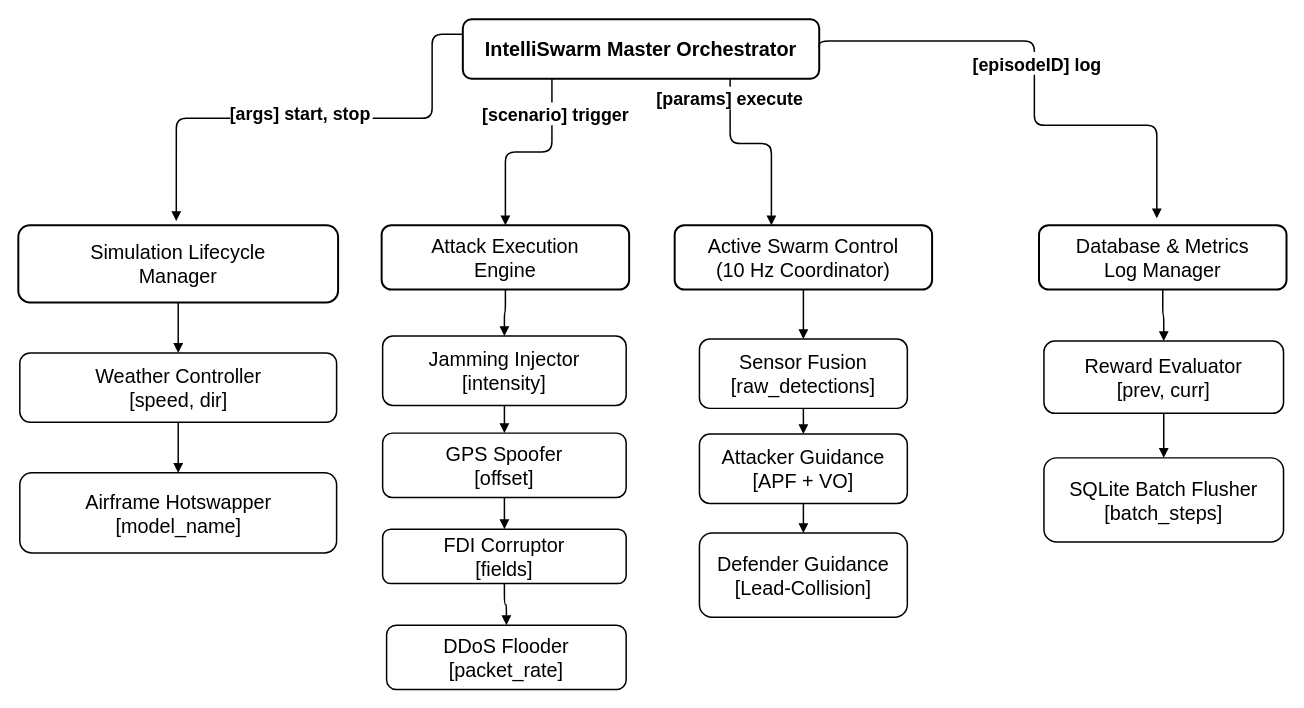
syedmohammad611/diagrams keeps this draw.io diagram as 08_structure_chart.drawio. Above is the earlier version. Source tidied: cells renumbered, new cells numbered last; positions are measured from the earlier drawing's top-left corner, leaving out a move shared by most shapes. Both pictures are drawn from the tidied source at 99%, with x=0, y=0 at pixel (18, 19).
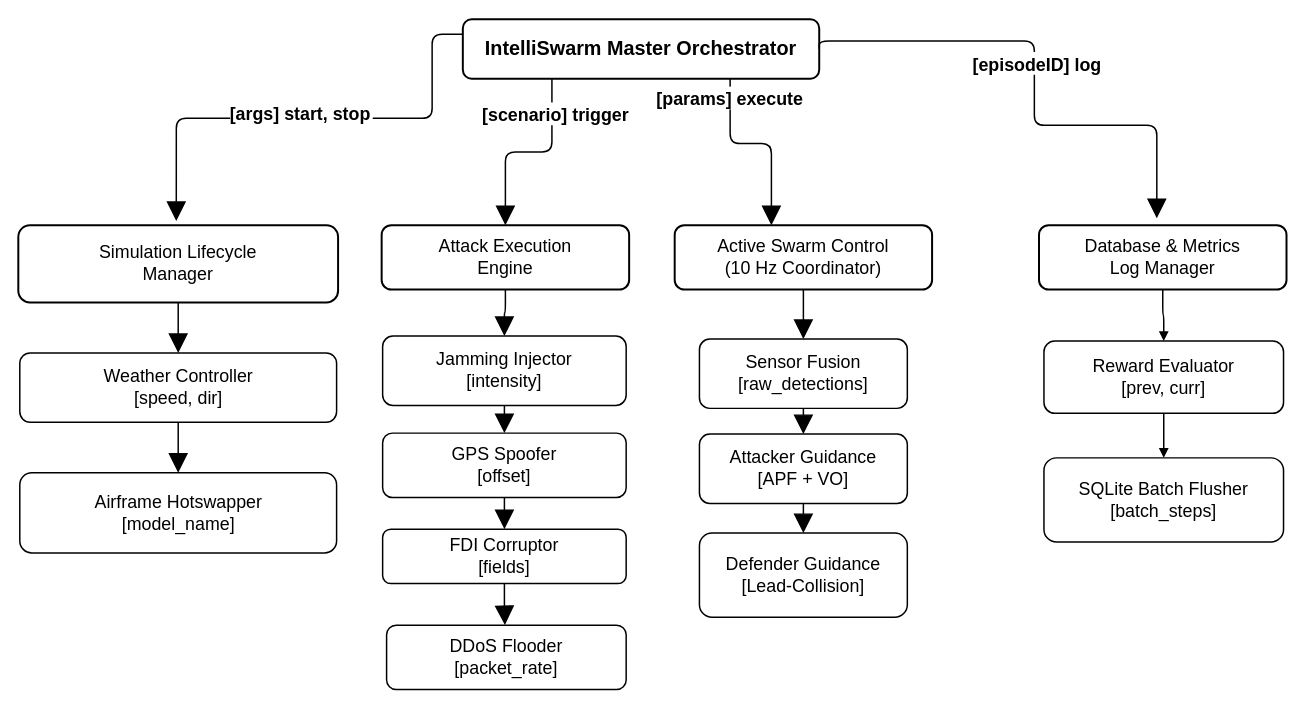
Above is the later version.

What changed in the source:
```diff
@@
-    <mxCell id="2" value="&lt;b&gt;&lt;font style=&quot;font-size: 20px;&quot;&gt;IntelliSwarm Master Orchestrator&lt;/font&gt;&lt;/b&gt;" style="rounded=1;whiteSpace=wrap;html=1;fillColor=none;strokeColor=#000000;strokeWidth=2;fontSize=15;fontFamily=Helvetica;fontColor=#000000;fontStyle=1;" parent="1" vertex="1">
+    <mxCell id="2" value="&lt;b&gt;&lt;font style=&quot;font-size: 20px;&quot;&gt;IntelliSwarm Master Orchestrator&lt;/font&gt;&lt;/b&gt;" style="rounded=1;whiteSpace=wrap;html=1;fillColor=none;strokeColor=#000000;strokeWidth=2;fontSize=18;fontFamily=Helvetica;fontColor=#000000;fontStyle=1;" parent="1" vertex="1">
       <mxGeometry x="449" width="360" height="60" as="geometry" />
     </mxCell>
-    <mxCell id="3" value="&lt;font style=&quot;font-size: 20px; font-weight: normal;&quot;&gt;Simulation Lifecycle&lt;br&gt;Manager&lt;/font&gt;" style="rounded=1;whiteSpace=wrap;html=1;fillColor=none;strokeColor=#000000;strokeWidth=2;fontSize=15;fontFamily=Helvetica;fontColor=#000000;fontStyle=1;" parent="1" vertex="1">
+    <mxCell id="3" value="&lt;font style=&quot;font-weight: normal;&quot;&gt;Simulation Lifecycle&lt;br&gt;Manager&lt;/font&gt;" style="rounded=1;whiteSpace=wrap;html=1;fillColor=none;strokeColor=#000000;strokeWidth=2;fontSize=18;fontFamily=Helvetica;fontColor=#000000;fontStyle=1;" parent="1" vertex="1">
       <mxGeometry y="208" width="323" height="78" as="geometry" />
     </mxCell>
-    <mxCell id="4" value="&lt;font style=&quot;font-size: 20px; font-weight: normal;&quot;&gt;Attack Execution&lt;br&gt;Engine&lt;/font&gt;" style="rounded=1;whiteSpace=wrap;html=1;fillColor=none;strokeColor=#000000;strokeWidth=2;fontSize=15;fontFamily=Helvetica;fontColor=#000000;fontStyle=1;" parent="1" vertex="1">
+    <mxCell id="4" value="&lt;font style=&quot;font-weight: normal;&quot;&gt;Attack Execution&lt;br&gt;Engine&lt;/font&gt;" style="rounded=1;whiteSpace=wrap;html=1;fillColor=none;strokeColor=#000000;strokeWidth=2;fontSize=18;fontFamily=Helvetica;fontColor=#000000;fontStyle=1;" parent="1" vertex="1">
       <mxGeometry x="367" y="208" width="250" height="65" as="geometry" />
     </mxCell>
-    <mxCell id="5" value="&lt;font style=&quot;font-size: 20px; font-weight: normal;&quot;&gt;Active Swarm Control&lt;br&gt;(10 Hz Coordinator)&lt;/font&gt;" style="rounded=1;whiteSpace=wrap;html=1;fillColor=none;strokeColor=#000000;strokeWidth=2;fontSize=15;fontFamily=Helvetica;fontColor=#000000;fontStyle=1;" parent="1" vertex="1">
+    <mxCell id="5" value="&lt;font style=&quot;font-weight: normal;&quot;&gt;Active Swarm Control&lt;br&gt;(10 Hz Coordinator)&lt;/font&gt;" style="rounded=1;whiteSpace=wrap;html=1;fillColor=none;strokeColor=#000000;strokeWidth=2;fontSize=18;fontFamily=Helvetica;fontColor=#000000;fontStyle=1;" parent="1" vertex="1">
       <mxGeometry x="663" y="208" width="260" height="65" as="geometry" />
     </mxCell>
-    <mxCell id="6" value="&lt;span style=&quot;font-weight: normal;&quot;&gt;&lt;font style=&quot;font-size: 20px;&quot;&gt;Database &amp;amp; Metrics&lt;br&gt;Log Manager&lt;/font&gt;&lt;/span&gt;" style="rounded=1;whiteSpace=wrap;html=1;fillColor=none;strokeColor=#000000;strokeWidth=2;fontSize=15;fontFamily=Helvetica;fontColor=#000000;fontStyle=1;" parent="1" vertex="1">
+    <mxCell id="6" value="&lt;span style=&quot;font-weight: normal;&quot;&gt;&lt;font&gt;Database &amp;amp; Metrics&lt;br&gt;Log Manager&lt;/font&gt;&lt;/span&gt;" style="rounded=1;whiteSpace=wrap;html=1;fillColor=none;strokeColor=#000000;strokeWidth=2;fontSize=18;fontFamily=Helvetica;fontColor=#000000;fontStyle=1;" parent="1" vertex="1">
       <mxGeometry x="1031" y="208" width="250" height="65" as="geometry" />
     </mxCell>
-    <mxCell id="7" value="&lt;font style=&quot;font-size: 20px;&quot;&gt;Weather Controller&lt;br&gt;[speed, dir]&lt;/font&gt;" style="rounded=1;whiteSpace=wrap;html=1;fillColor=none;strokeColor=#000000;strokeWidth=1.5;fontSize=15;fontFamily=Helvetica;fontColor=#000000;" parent="1" vertex="1">
+    <mxCell id="7" value="&lt;font&gt;Weather Controller&lt;br&gt;[speed, dir]&lt;/font&gt;" style="rounded=1;whiteSpace=wrap;html=1;fillColor=none;strokeColor=#000000;strokeWidth=1.5;fontSize=18;fontFamily=Helvetica;fontColor=#000000;" parent="1" vertex="1">
       <mxGeometry x="1.5" y="337" width="320" height="70" as="geometry" />
     </mxCell>
-    <mxCell id="8" value="&lt;font style=&quot;font-size: 20px;&quot;&gt;Airframe Hotswapper&lt;br&gt;[model_name]&lt;/font&gt;" style="rounded=1;whiteSpace=wrap;html=1;fillColor=none;strokeColor=#000000;strokeWidth=1.5;fontSize=15;fontFamily=Helvetica;fontColor=#000000;" parent="1" vertex="1">
+    <mxCell id="8" value="&lt;font&gt;Airframe Hotswapper&lt;br&gt;[model_name]&lt;/font&gt;" style="rounded=1;whiteSpace=wrap;html=1;fillColor=none;strokeColor=#000000;strokeWidth=1.5;fontSize=18;fontFamily=Helvetica;fontColor=#000000;" parent="1" vertex="1">
       <mxGeometry x="1.5" y="458" width="320" height="81" as="geometry" />
     </mxCell>
-    <mxCell id="9" value="&lt;font style=&quot;font-size: 20px;&quot;&gt;Jamming Injector&lt;br&gt;[intensity]&lt;/font&gt;" style="rounded=1;whiteSpace=wrap;html=1;fillColor=none;strokeColor=#000000;strokeWidth=1.5;fontSize=15;fontFamily=Helvetica;fontColor=#000000;" parent="1" vertex="1">
+    <mxCell id="9" value="&lt;font&gt;Jamming Injector&lt;br&gt;[intensity]&lt;/font&gt;" style="rounded=1;whiteSpace=wrap;html=1;fillColor=none;strokeColor=#000000;strokeWidth=1.5;fontSize=18;fontFamily=Helvetica;fontColor=#000000;" parent="1" vertex="1">
       <mxGeometry x="368" y="320" width="246" height="70" as="geometry" />
     </mxCell>
-    <mxCell id="10" value="&lt;font style=&quot;font-size: 20px;&quot;&gt;GPS Spoofer&lt;br&gt;[offset]&lt;/font&gt;" style="rounded=1;whiteSpace=wrap;html=1;fillColor=none;strokeColor=#000000;strokeWidth=1.5;fontSize=15;fontFamily=Helvetica;fontColor=#000000;" parent="1" vertex="1">
+    <mxCell id="10" value="&lt;font&gt;GPS Spoofer&lt;br&gt;[offset]&lt;/font&gt;" style="rounded=1;whiteSpace=wrap;html=1;fillColor=none;strokeColor=#000000;strokeWidth=1.5;fontSize=18;fontFamily=Helvetica;fontColor=#000000;" parent="1" vertex="1">
       <mxGeometry x="368" y="418" width="246" height="65" as="geometry" />
     </mxCell>
-    <mxCell id="11" value="&lt;font style=&quot;font-size: 20px;&quot;&gt;FDI Corruptor&lt;br&gt;[fields]&lt;/font&gt;" style="rounded=1;whiteSpace=wrap;html=1;fillColor=none;strokeColor=#000000;strokeWidth=1.5;fontSize=15;fontFamily=Helvetica;fontColor=#000000;" parent="1" vertex="1">
+    <mxCell id="11" value="&lt;font&gt;FDI Corruptor&lt;br&gt;[fields]&lt;/font&gt;" style="rounded=1;whiteSpace=wrap;html=1;fillColor=none;strokeColor=#000000;strokeWidth=1.5;fontSize=18;fontFamily=Helvetica;fontColor=#000000;" parent="1" vertex="1">
       <mxGeometry x="368" y="515" width="246" height="55" as="geometry" />
     </mxCell>
-    <mxCell id="12" value="&lt;font style=&quot;font-size: 20px;&quot;&gt;DDoS Flooder&lt;br&gt;[packet_rate]&lt;/font&gt;" style="rounded=1;whiteSpace=wrap;html=1;fillColor=none;strokeColor=#000000;strokeWidth=1.5;fontSize=15;fontFamily=Helvetica;fontColor=#000000;" parent="1" vertex="1">
+    <mxCell id="12" value="&lt;font&gt;DDoS Flooder&lt;br&gt;[packet_rate]&lt;/font&gt;" style="rounded=1;whiteSpace=wrap;html=1;fillColor=none;strokeColor=#000000;strokeWidth=1.5;fontSize=18;fontFamily=Helvetica;fontColor=#000000;" parent="1" vertex="1">
       <mxGeometry x="372" y="612" width="242" height="65" as="geometry" />
     </mxCell>
-    <mxCell id="13" value="&lt;font style=&quot;font-size: 20px;&quot;&gt;Sensor Fusion&lt;br&gt;[raw_detections]&lt;/font&gt;" style="rounded=1;whiteSpace=wrap;html=1;fillColor=none;strokeColor=#000000;strokeWidth=1.5;fontSize=15;fontFamily=Helvetica;fontColor=#000000;" parent="1" vertex="1">
+    <mxCell id="13" value="&lt;font&gt;Sensor Fusion&lt;br&gt;[raw_detections]&lt;/font&gt;" style="rounded=1;whiteSpace=wrap;html=1;fillColor=none;strokeColor=#000000;strokeWidth=1.5;fontSize=18;fontFamily=Helvetica;fontColor=#000000;" parent="1" vertex="1">
       <mxGeometry x="688" y="323" width="210" height="70" as="geometry" />
     </mxCell>
-    <mxCell id="14" value="&lt;font style=&quot;font-size: 20px;&quot;&gt;Attacker Guidance&lt;br&gt;[APF + VO]&lt;/font&gt;" style="rounded=1;whiteSpace=wrap;html=1;fillColor=none;strokeColor=#000000;strokeWidth=1.5;fontSize=15;fontFamily=Helvetica;fontColor=#000000;" parent="1" vertex="1">
+    <mxCell id="14" value="&lt;font&gt;Attacker Guidance&lt;br&gt;[APF + VO]&lt;/font&gt;" style="rounded=1;whiteSpace=wrap;html=1;fillColor=none;strokeColor=#000000;strokeWidth=1.5;fontSize=18;fontFamily=Helvetica;fontColor=#000000;" parent="1" vertex="1">
       <mxGeometry x="688" y="419" width="210" height="70" as="geometry" />
     </mxCell>
-    <mxCell id="15" value="&lt;font style=&quot;font-size: 20px;&quot;&gt;Defender Guidance&lt;br&gt;[Lead-Collision]&lt;/font&gt;" style="rounded=1;whiteSpace=wrap;html=1;fillColor=none;strokeColor=#000000;strokeWidth=1.5;fontSize=15;fontFamily=Helvetica;fontColor=#000000;" parent="1" vertex="1">
+    <mxCell id="15" value="&lt;font&gt;Defender Guidance&lt;br&gt;[Lead-Collision]&lt;/font&gt;" style="rounded=1;whiteSpace=wrap;html=1;fillColor=none;strokeColor=#000000;strokeWidth=1.5;fontSize=18;fontFamily=Helvetica;fontColor=#000000;" parent="1" vertex="1">
       <mxGeometry x="688" y="519" width="210" height="85" as="geometry" />
     </mxCell>
-    <mxCell id="16" value="&lt;font style=&quot;font-size: 20px;&quot;&gt;Reward Evaluator&lt;br&gt;[prev, curr]&lt;/font&gt;" style="rounded=1;whiteSpace=wrap;html=1;fillColor=none;strokeColor=#000000;strokeWidth=1.5;fontSize=15;fontFamily=Helvetica;fontColor=#000000;" parent="1" vertex="1">
+    <mxCell id="16" value="&lt;font&gt;Reward Evaluator&lt;br&gt;[prev, curr]&lt;/font&gt;" style="rounded=1;whiteSpace=wrap;html=1;fillColor=none;strokeColor=#000000;strokeWidth=1.5;fontSize=18;fontFamily=Helvetica;fontColor=#000000;" parent="1" vertex="1">
       <mxGeometry x="1036" y="325" width="242" height="73" as="geometry" />
     </mxCell>
-    <mxCell id="17" value="&lt;font style=&quot;font-size: 20px;&quot;&gt;SQLite Batch Flusher&lt;br&gt;[batch_steps]&lt;/font&gt;" style="rounded=1;whiteSpace=wrap;html=1;fillColor=none;strokeColor=#000000;strokeWidth=1.5;fontSize=15;fontFamily=Helvetica;fontColor=#000000;" parent="1" vertex="1">
+    <mxCell id="17" value="&lt;font&gt;SQLite Batch Flusher&lt;br&gt;[batch_steps]&lt;/font&gt;" style="rounded=1;whiteSpace=wrap;html=1;fillColor=none;strokeColor=#000000;strokeWidth=1.5;fontSize=18;fontFamily=Helvetica;fontColor=#000000;" parent="1" vertex="1">
       <mxGeometry x="1036" y="443" width="242" height="85" as="geometry" />
     </mxCell>
-    <mxCell id="18" value="[args] start, stop" style="edgeStyle=orthogonalEdgeStyle;rounded=1;endArrow=block;strokeColor=#000000;strokeWidth=1.5;fontSize=18;fontFamily=Helvetica;fontColor=#000000;exitX=0;exitY=0.25;labelBackgroundColor=#FFFFFF;verticalAlign=bottom;spacingBottom=8;spacingLeft=10;spacingRight=10;fontStyle=1;exitDx=0;exitDy=0;entryX=0.494;entryY=-0.055;entryDx=0;entryDy=0;entryPerimeter=0;" parent="1" edge="1" source="2" target="3">
+    <mxCell id="18" value="[args] start, stop" style="edgeStyle=orthogonalEdgeStyle;rounded=1;endArrow=block;strokeColor=#000000;strokeWidth=1.5;fontSize=18;fontFamily=Helvetica;fontColor=#000000;exitX=0;exitY=0.25;labelBackgroundColor=#FFFFFF;verticalAlign=bottom;spacingBottom=8;spacingLeft=10;spacingRight=10;fontStyle=1;exitDx=0;exitDy=0;entryX=0.494;entryY=-0.055;entryDx=0;entryDy=0;entryPerimeter=0;endSize=16;" parent="1" edge="1" source="2" target="3">
       <mxGeometry x="0.04" y="15" relative="1" as="geometry">
         <Array as="points">
           <mxPoint x="418" y="15" />
           <mxPoint x="418" y="100" />
           <mxPoint x="159.6" y="100" />
         </Array>
       </mxGeometry>
     </mxCell>
-    <mxCell id="19" value="[scenario] trigger" style="edgeStyle=orthogonalEdgeStyle;rounded=1;endArrow=block;strokeColor=#000000;strokeWidth=1.5;fontSize=18;fontFamily=Helvetica;fontColor=#000000;exitX=0.25;exitY=1;entryX=0.5;entryY=0;labelBackgroundColor=#FFFFFF;verticalAlign=bottom;spacingBottom=8;spacingLeft=10;spacingRight=10;fontStyle=1;" parent="1" edge="1" source="2" target="4">
+    <mxCell id="19" value="[scenario] trigger" style="edgeStyle=orthogonalEdgeStyle;rounded=1;endArrow=block;strokeColor=#000000;strokeWidth=1.5;fontSize=18;fontFamily=Helvetica;fontColor=#000000;exitX=0.25;exitY=1;entryX=0.5;entryY=0;labelBackgroundColor=#FFFFFF;verticalAlign=bottom;spacingBottom=8;spacingLeft=10;spacingRight=10;fontStyle=1;endSize=16;" parent="1" edge="1" source="2" target="4">
       <mxGeometry x="-0.43" y="4" relative="1" as="geometry" />
     </mxCell>
-    <mxCell id="20" value="[params] execute" style="edgeStyle=orthogonalEdgeStyle;rounded=1;endArrow=block;strokeColor=#000000;strokeWidth=1.5;fontSize=18;fontFamily=Helvetica;fontColor=#000000;exitX=0.75;exitY=1;labelBackgroundColor=#FFFFFF;verticalAlign=bottom;spacingBottom=8;spacingLeft=10;spacingRight=10;fontStyle=1;" parent="1" edge="1" source="2" target="5">
+    <mxCell id="20" value="[params] execute" style="edgeStyle=orthogonalEdgeStyle;rounded=1;endArrow=block;strokeColor=#000000;strokeWidth=1.5;fontSize=18;fontFamily=Helvetica;fontColor=#000000;exitX=0.75;exitY=1;labelBackgroundColor=#FFFFFF;verticalAlign=bottom;spacingBottom=8;spacingLeft=10;spacingRight=10;fontStyle=1;endSize=16;" parent="1" edge="1" source="2" target="5">
       <mxGeometry x="-0.58" relative="1" as="geometry">
         <Array as="points">
           <mxPoint x="719" y="125.5" />
           <mxPoint x="760.7" y="125.5" />
         </Array>
       </mxGeometry>
     </mxCell>
-    <mxCell id="21" style="edgeStyle=orthogonalEdgeStyle;rounded=1;endArrow=block;strokeColor=#000000;strokeWidth=1.5;exitX=0.5;exitY=1;entryX=0.5;entryY=0;labelBackgroundColor=none;" parent="1" edge="1" source="3" target="7">
+    <mxCell id="21" style="edgeStyle=orthogonalEdgeStyle;rounded=1;endArrow=block;strokeColor=#000000;strokeWidth=1.5;exitX=0.5;exitY=1;entryX=0.5;entryY=0;labelBackgroundColor=none;fontSize=18;endSize=16;" parent="1" edge="1" source="3" target="7">
       <mxGeometry relative="1" as="geometry" />
     </mxCell>
-    <mxCell id="22" style="edgeStyle=orthogonalEdgeStyle;rounded=1;endArrow=block;strokeColor=#000000;strokeWidth=1.5;exitX=0.5;exitY=1;entryX=0.5;entryY=0;labelBackgroundColor=none;" parent="1" edge="1" source="7" target="8">
+    <mxCell id="22" style="edgeStyle=orthogonalEdgeStyle;rounded=1;endArrow=block;strokeColor=#000000;strokeWidth=1.5;exitX=0.5;exitY=1;entryX=0.5;entryY=0;labelBackgroundColor=none;fontSize=18;endSize=16;" parent="1" edge="1" source="7" target="8">
       <mxGeometry relative="1" as="geometry" />
     </mxCell>
-    <mxCell id="23" style="edgeStyle=orthogonalEdgeStyle;rounded=1;endArrow=block;strokeColor=#000000;strokeWidth=1.5;exitX=0.5;exitY=1;entryX=0.5;entryY=0;labelBackgroundColor=none;" parent="1" edge="1" source="4" target="9">
+    <mxCell id="23" style="edgeStyle=orthogonalEdgeStyle;rounded=1;endArrow=block;strokeColor=#000000;strokeWidth=1.5;exitX=0.5;exitY=1;entryX=0.5;entryY=0;labelBackgroundColor=none;fontSize=18;endSize=16;" parent="1" edge="1" source="4" target="9">
       <mxGeometry relative="1" as="geometry" />
     </mxCell>
-    <mxCell id="24" style="edgeStyle=orthogonalEdgeStyle;rounded=1;endArrow=block;strokeColor=#000000;strokeWidth=1.5;exitX=0.5;exitY=1;entryX=0.5;entryY=0;labelBackgroundColor=none;" parent="1" edge="1" source="9" target="10">
+    <mxCell id="24" style="edgeStyle=orthogonalEdgeStyle;rounded=1;endArrow=block;strokeColor=#000000;strokeWidth=1.5;exitX=0.5;exitY=1;entryX=0.5;entryY=0;labelBackgroundColor=none;fontSize=18;endSize=16;" parent="1" edge="1" source="9" target="10">
       <mxGeometry relative="1" as="geometry" />
     </mxCell>
-    <mxCell id="25" style="edgeStyle=orthogonalEdgeStyle;rounded=1;endArrow=block;strokeColor=#000000;strokeWidth=1.5;exitX=0.5;exitY=1;entryX=0.5;entryY=0;labelBackgroundColor=none;" parent="1" edge="1" source="10" target="11">
+    <mxCell id="25" style="edgeStyle=orthogonalEdgeStyle;rounded=1;endArrow=block;strokeColor=#000000;strokeWidth=1.5;exitX=0.5;exitY=1;entryX=0.5;entryY=0;labelBackgroundColor=none;fontSize=18;endSize=16;" parent="1" edge="1" source="10" target="11">
       <mxGeometry relative="1" as="geometry" />
     </mxCell>
-    <mxCell id="26" style="edgeStyle=orthogonalEdgeStyle;rounded=1;endArrow=block;strokeColor=#000000;strokeWidth=1.5;exitX=0.5;exitY=1;entryX=0.5;entryY=0;labelBackgroundColor=none;" parent="1" edge="1" source="11" target="12">
+    <mxCell id="26" style="edgeStyle=orthogonalEdgeStyle;rounded=1;endArrow=block;strokeColor=#000000;strokeWidth=1.5;exitX=0.5;exitY=1;entryX=0.494;entryY=-0.001;labelBackgroundColor=none;fontSize=18;endSize=16;entryDx=0;entryDy=0;entryPerimeter=0;" parent="1" edge="1" source="11" target="12">
       <mxGeometry relative="1" as="geometry" />
     </mxCell>
-    <mxCell id="27" style="edgeStyle=orthogonalEdgeStyle;rounded=1;endArrow=block;strokeColor=#000000;strokeWidth=1.5;exitX=0.5;exitY=1;entryX=0.5;entryY=0;labelBackgroundColor=none;" parent="1" edge="1" source="5" target="13">
+    <mxCell id="27" style="edgeStyle=orthogonalEdgeStyle;rounded=1;endArrow=block;strokeColor=#000000;strokeWidth=1.5;exitX=0.5;exitY=1;entryX=0.5;entryY=0;labelBackgroundColor=none;fontSize=18;endSize=16;" parent="1" edge="1" source="5" target="13">
       <mxGeometry relative="1" as="geometry" />
     </mxCell>
-    <mxCell id="28" style="edgeStyle=orthogonalEdgeStyle;rounded=1;endArrow=block;strokeColor=#000000;strokeWidth=1.5;exitX=0.5;exitY=1;entryX=0.5;entryY=0;labelBackgroundColor=none;" parent="1" edge="1" source="13" target="14">
+    <mxCell id="28" style="edgeStyle=orthogonalEdgeStyle;rounded=1;endArrow=block;strokeColor=#000000;strokeWidth=1.5;exitX=0.5;exitY=1;entryX=0.5;entryY=0;labelBackgroundColor=none;fontSize=18;endSize=16;" parent="1" edge="1" source="13" target="14">
       <mxGeometry relative="1" as="geometry" />
     </mxCell>
-    <mxCell id="29" style="edgeStyle=orthogonalEdgeStyle;rounded=1;endArrow=block;strokeColor=#000000;strokeWidth=1.5;exitX=0.5;exitY=1;entryX=0.5;entryY=0;labelBackgroundColor=none;" parent="1" edge="1" source="14" target="15">
+    <mxCell id="29" style="edgeStyle=orthogonalEdgeStyle;rounded=1;endArrow=block;strokeColor=#000000;strokeWidth=1.5;exitX=0.5;exitY=1;entryX=0.5;entryY=0;labelBackgroundColor=none;fontSize=18;endSize=16;" parent="1" edge="1" source="14" target="15">
       <mxGeometry relative="1" as="geometry" />
     </mxCell>
-    <mxCell id="30" style="edgeStyle=orthogonalEdgeStyle;rounded=1;endArrow=block;strokeColor=#000000;strokeWidth=1.5;exitX=0.5;exitY=1;entryX=0.5;entryY=0;labelBackgroundColor=none;" parent="1" edge="1" source="6" target="16">
+    <mxCell id="30" style="edgeStyle=orthogonalEdgeStyle;rounded=1;endArrow=block;strokeColor=#000000;strokeWidth=1.5;exitX=0.5;exitY=1;entryX=0.5;entryY=0;labelBackgroundColor=none;fontSize=18;" parent="1" edge="1" source="6" target="16">
       <mxGeometry relative="1" as="geometry" />
     </mxCell>
-    <mxCell id="31" style="edgeStyle=orthogonalEdgeStyle;rounded=1;endArrow=block;strokeColor=#000000;strokeWidth=1.5;exitX=0.5;exitY=1;entryX=0.5;entryY=0;labelBackgroundColor=none;" parent="1" edge="1" source="16" target="17">
+    <mxCell id="31" style="edgeStyle=orthogonalEdgeStyle;rounded=1;endArrow=block;strokeColor=#000000;strokeWidth=1.5;exitX=0.5;exitY=1;entryX=0.5;entryY=0;labelBackgroundColor=none;fontSize=18;" parent="1" edge="1" source="16" target="17">
       <mxGeometry relative="1" as="geometry" />
     </mxCell>
-    <mxCell id="32" value="[episodeID] log" style="edgeStyle=orthogonalEdgeStyle;rounded=1;endArrow=block;strokeColor=#000000;strokeWidth=1.5;fontSize=18;fontFamily=Helvetica;fontColor=#000000;exitX=1;exitY=0.5;entryX=0.5;entryY=0;labelBackgroundColor=#FFFFFF;verticalAlign=bottom;spacingBottom=8;spacingLeft=10;spacingRight=10;fontStyle=1;exitDx=0;exitDy=0;" parent="1" edge="1" source="2">
+    <mxCell id="32" value="[episodeID] log" style="edgeStyle=orthogonalEdgeStyle;rounded=1;endArrow=block;strokeColor=#000000;strokeWidth=1.5;fontSize=18;fontFamily=Helvetica;fontColor=#000000;exitX=1;exitY=0.5;entryX=0.5;entryY=0;labelBackgroundColor=#FFFFFF;verticalAlign=bottom;spacingBottom=8;spacingLeft=10;spacingRight=10;fontStyle=1;exitDx=0;exitDy=0;endSize=16;" parent="1" edge="1" source="2">
       <mxGeometry x="0.02" y="3" relative="1" as="geometry">
         <mxPoint x="1150" y="201" as="targetPoint" />
         <Array as="points">
           <mxPoint x="809" y="22" />
           <mxPoint x="1026.3" y="22" />
           <mxPoint x="1026.3" y="107.1" />
           <mxPoint x="1150" y="107.1" />
         </Array>
       </mxGeometry>
     </mxCell>
```
